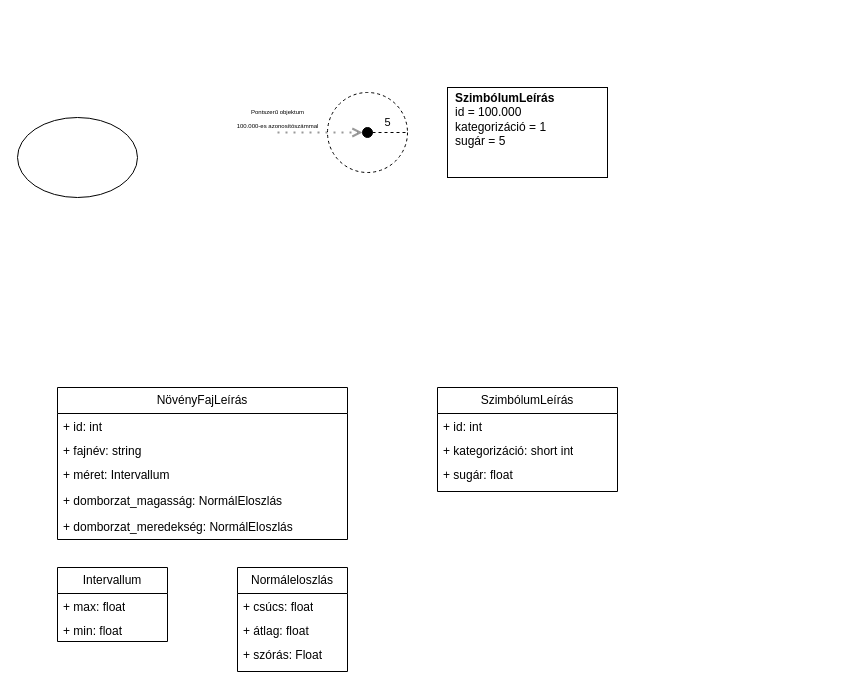
This is diagrams/src/ClassDiagram.drawio from Ace-0f-Hearts/ProceduralFoliageGenerationDocumentation, a draw.io file, before an edit. Source tidied: cells renumbered, new cells numbered last; positions are measured from the earlier drawing's top-left corner, leaving out a move shared by most shapes. Both pictures are drawn from the tidied source at 100%, with x=0, y=0 at pixel (17, 17). Pictures stored in the file or linked from it are replaced by grey dashed boxes.
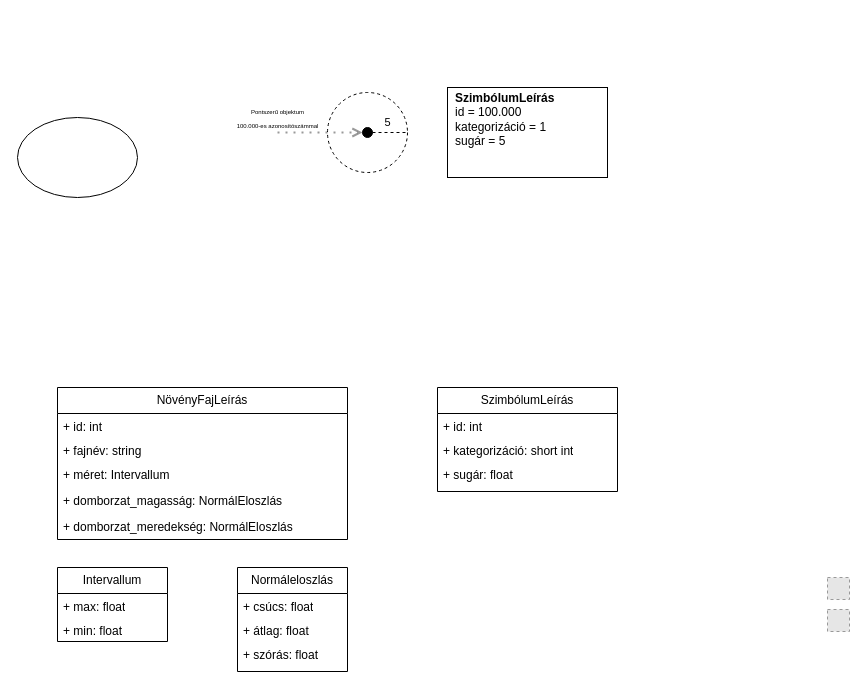
Above is the later version.

The change refers to these unchanged cells:
```xml
<mxCell id="15" value="Normáleloszlás" style="swimlane;fontStyle=0;horizontal=1;startSize=26;fillColor=none;whiteSpace=wrap;html=1;" parent="1" vertex="1">
  <mxGeometry x="220" y="550" width="110" height="104" as="geometry" />
</mxCell>
```

Change to the diagram source:
```diff
@@
-    <mxCell id="18" value="+ szórás: Float" style="text;strokeColor=none;fillColor=none;align=left;verticalAlign=top;spacingLeft=4;spacingRight=4;overflow=hidden;whiteSpace=wrap;html=1;" parent="15" vertex="1">
+    <mxCell id="18" value="+ szórás: float" style="text;strokeColor=none;fillColor=none;align=left;verticalAlign=top;spacingLeft=4;spacingRight=4;overflow=hidden;whiteSpace=wrap;html=1;" parent="15" vertex="1">
       <mxGeometry y="74" width="110" height="30" as="geometry" />
     </mxCell>
@@
+    <mxCell id="26" style="fillColor=#E6E6E6;strokeColor=#999999;dashed=1;verticalLabelPosition=bottom;labelBackgroundColor=default;verticalAlign=top;" parent="1" vertex="1">
+      <mxGeometry x="810" y="560" width="22" height="22" as="geometry" />
+    </mxCell>
+    <mxCell id="27" style="fillColor=#E6E6E6;strokeColor=#999999;dashed=1;verticalLabelPosition=bottom;labelBackgroundColor=default;verticalAlign=top;" parent="1" vertex="1">
+      <mxGeometry x="810" y="592" width="22" height="22" as="geometry" />
+    </mxCell>
```
